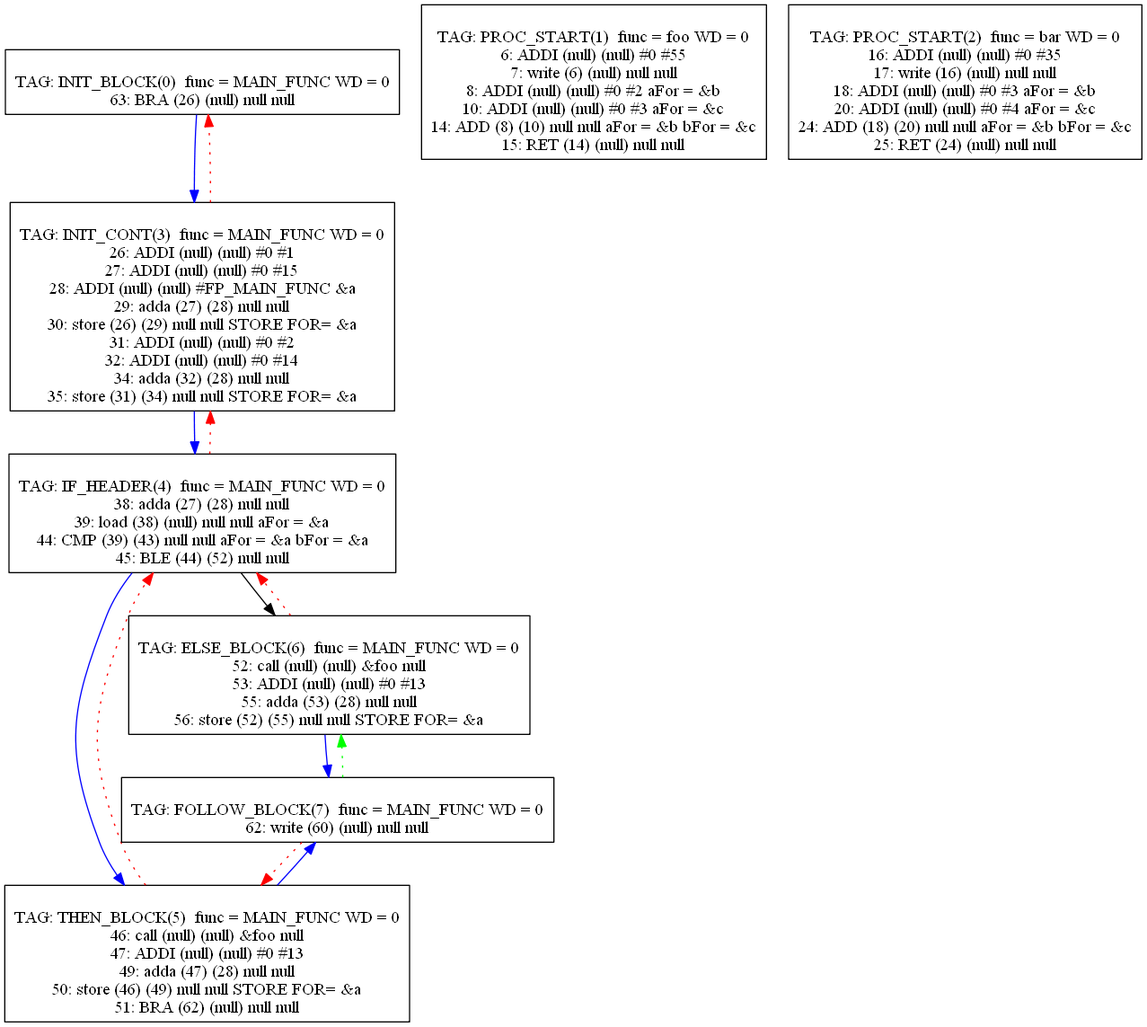
Earlier version of the Graphviz export Compiler/3graph.png (mbajaj92/Project-Astoria). Its source is kept beside it as Compiler/3graph.dot. Its diagram source:
```dot
digraph {
0[label="
TAG: INIT_BLOCK(0)  func = MAIN_FUNC WD = 0
63: BRA (26) (null) null null
"];
0[shape=box];
0 -> 3[color=blue]
1[label="
TAG: PROC_START(1)  func = foo WD = 0
6: ADDI (null) (null) #0 #55
7: write (6) (null) null null
8: ADDI (null) (null) #0 #2 aFor = &b
10: ADDI (null) (null) #0 #3 aFor = &c
14: ADD (8) (10) null null aFor = &b bFor = &c
15: RET (14) (null) null null
"];
1[shape=box];
2[label="
TAG: PROC_START(2)  func = bar WD = 0
16: ADDI (null) (null) #0 #35
17: write (16) (null) null null
18: ADDI (null) (null) #0 #3 aFor = &b
20: ADDI (null) (null) #0 #4 aFor = &c
24: ADD (18) (20) null null aFor = &b bFor = &c
25: RET (24) (null) null null
"];
2[shape=box];
3[label="
TAG: INIT_CONT(3)  func = MAIN_FUNC WD = 0
26: ADDI (null) (null) #0 #1
27: ADDI (null) (null) #0 #15
28: ADDI (null) (null) #FP_MAIN_FUNC &a
29: adda (27) (28) null null
30: store (26) (29) null null STORE FOR= &a
31: ADDI (null) (null) #0 #2
32: ADDI (null) (null) #0 #14
34: adda (32) (28) null null
35: store (31) (34) null null STORE FOR= &a
"];
3[shape=box];
3 -> 4[color=blue]
3 -> 0[color=red][style=dotted]
4[label="
TAG: IF_HEADER(4)  func = MAIN_FUNC WD = 0
38: adda (27) (28) null null
39: load (38) (null) null null aFor = &a
44: CMP (39) (43) null null aFor = &a bFor = &a
45: BLE (44) (52) null null
"];
4[shape=box];
4 -> 5[color=blue]
4 -> 6[color=black]
4 -> 3[color=red][style=dotted]
5[label="
TAG: THEN_BLOCK(5)  func = MAIN_FUNC WD = 0
46: call (null) (null) &foo null
47: ADDI (null) (null) #0 #13
49: adda (47) (28) null null
50: store (46) (49) null null STORE FOR= &a
51: BRA (62) (null) null null
"];
5[shape=box];
5 -> 7[color=blue]
5 -> 4[color=red][style=dotted]
6[label="
TAG: ELSE_BLOCK(6)  func = MAIN_FUNC WD = 0
52: call (null) (null) &foo null
53: ADDI (null) (null) #0 #13
55: adda (53) (28) null null
56: store (52) (55) null null STORE FOR= &a
"];
6[shape=box];
6 -> 7[color=blue]
6 -> 4[color=red][style=dotted]
7[label="
TAG: FOLLOW_BLOCK(7)  func = MAIN_FUNC WD = 0
62: write (60) (null) null null
"];
7[shape=box];
7 -> 5[color=red][style=dotted]
7 -> 6[color=green][style=dotted]
}
```
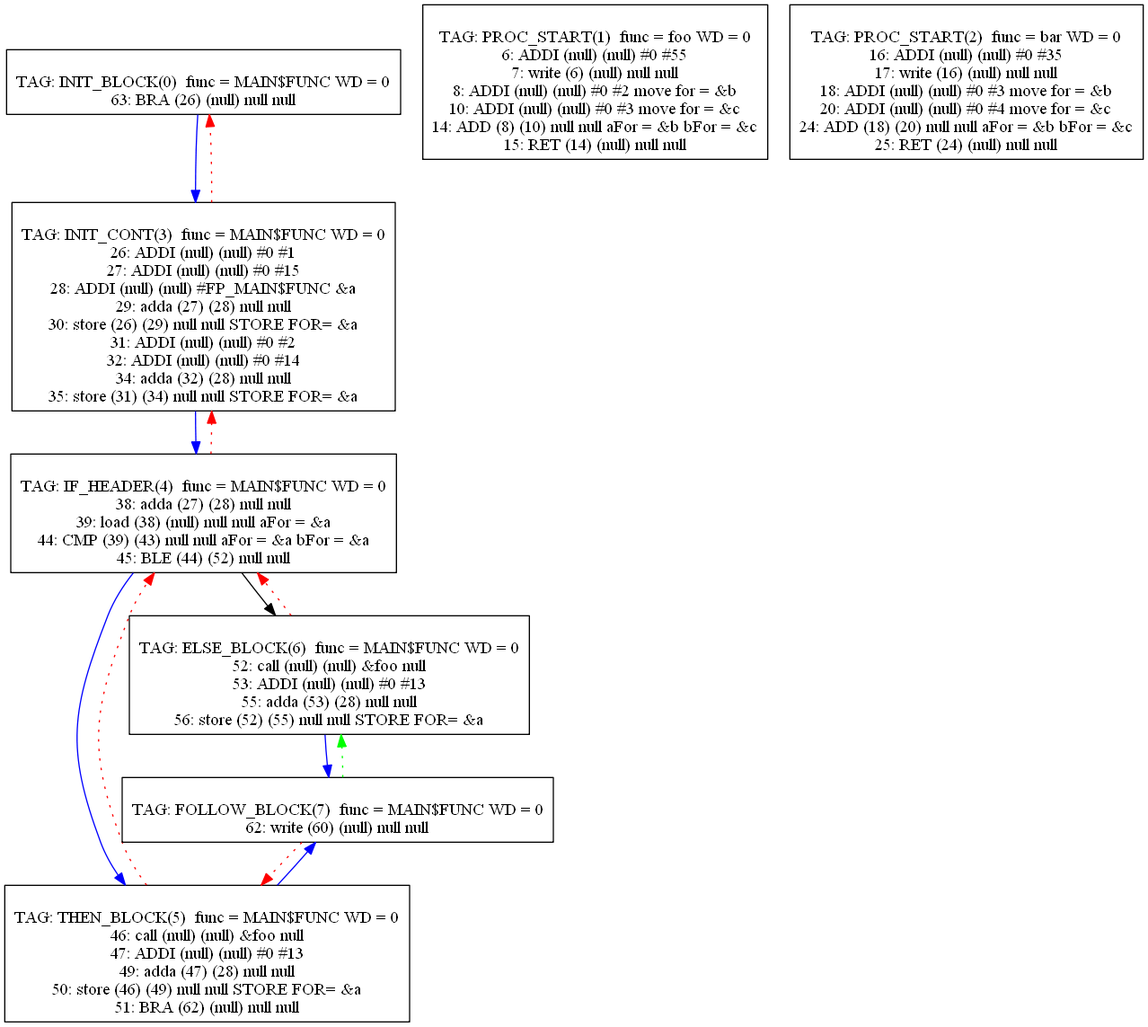
The same diagram one commit later.

Diff of the diagram source:
```diff
@@ -1,6 +1,6 @@
 digraph {
 0[label="
-TAG: INIT_BLOCK(0)  func = MAIN_FUNC WD = 0
+TAG: INIT_BLOCK(0)  func = MAIN$FUNC WD = 0
 63: BRA (26) (null) null null
 "];
 0[shape=box];
@@ -9,8 +9,8 @@
 TAG: PROC_START(1)  func = foo WD = 0
 6: ADDI (null) (null) #0 #55
 7: write (6) (null) null null
-8: ADDI (null) (null) #0 #2 aFor = &b
-10: ADDI (null) (null) #0 #3 aFor = &c
+8: ADDI (null) (null) #0 #2 move for = &b
+10: ADDI (null) (null) #0 #3 move for = &c
 14: ADD (8) (10) null null aFor = &b bFor = &c
 15: RET (14) (null) null null
 "];
@@ -19,17 +19,17 @@
 TAG: PROC_START(2)  func = bar WD = 0
 16: ADDI (null) (null) #0 #35
 17: write (16) (null) null null
-18: ADDI (null) (null) #0 #3 aFor = &b
-20: ADDI (null) (null) #0 #4 aFor = &c
+18: ADDI (null) (null) #0 #3 move for = &b
+20: ADDI (null) (null) #0 #4 move for = &c
 24: ADD (18) (20) null null aFor = &b bFor = &c
 25: RET (24) (null) null null
 "];
 2[shape=box];
 3[label="
-TAG: INIT_CONT(3)  func = MAIN_FUNC WD = 0
+TAG: INIT_CONT(3)  func = MAIN$FUNC WD = 0
 26: ADDI (null) (null) #0 #1
 27: ADDI (null) (null) #0 #15
-28: ADDI (null) (null) #FP_MAIN_FUNC &a
+28: ADDI (null) (null) #FP_MAIN$FUNC &a
 29: adda (27) (28) null null
 30: store (26) (29) null null STORE FOR= &a
 31: ADDI (null) (null) #0 #2
@@ -41,7 +41,7 @@
 3 -> 4[color=blue]
 3 -> 0[color=red][style=dotted]
 4[label="
-TAG: IF_HEADER(4)  func = MAIN_FUNC WD = 0
+TAG: IF_HEADER(4)  func = MAIN$FUNC WD = 0
 38: adda (27) (28) null null
 39: load (38) (null) null null aFor = &a
 44: CMP (39) (43) null null aFor = &a bFor = &a
@@ -52,7 +52,7 @@
 4 -> 6[color=black]
 4 -> 3[color=red][style=dotted]
 5[label="
-TAG: THEN_BLOCK(5)  func = MAIN_FUNC WD = 0
+TAG: THEN_BLOCK(5)  func = MAIN$FUNC WD = 0
 46: call (null) (null) &foo null
 47: ADDI (null) (null) #0 #13
 49: adda (47) (28) null null
@@ -63,7 +63,7 @@
 5 -> 7[color=blue]
 5 -> 4[color=red][style=dotted]
 6[label="
-TAG: ELSE_BLOCK(6)  func = MAIN_FUNC WD = 0
+TAG: ELSE_BLOCK(6)  func = MAIN$FUNC WD = 0
 52: call (null) (null) &foo null
 53: ADDI (null) (null) #0 #13
 55: adda (53) (28) null null
@@ -73,7 +73,7 @@
 6 -> 7[color=blue]
 6 -> 4[color=red][style=dotted]
 7[label="
-TAG: FOLLOW_BLOCK(7)  func = MAIN_FUNC WD = 0
+TAG: FOLLOW_BLOCK(7)  func = MAIN$FUNC WD = 0
 62: write (60) (null) null null
 "];
 7[shape=box];
```
